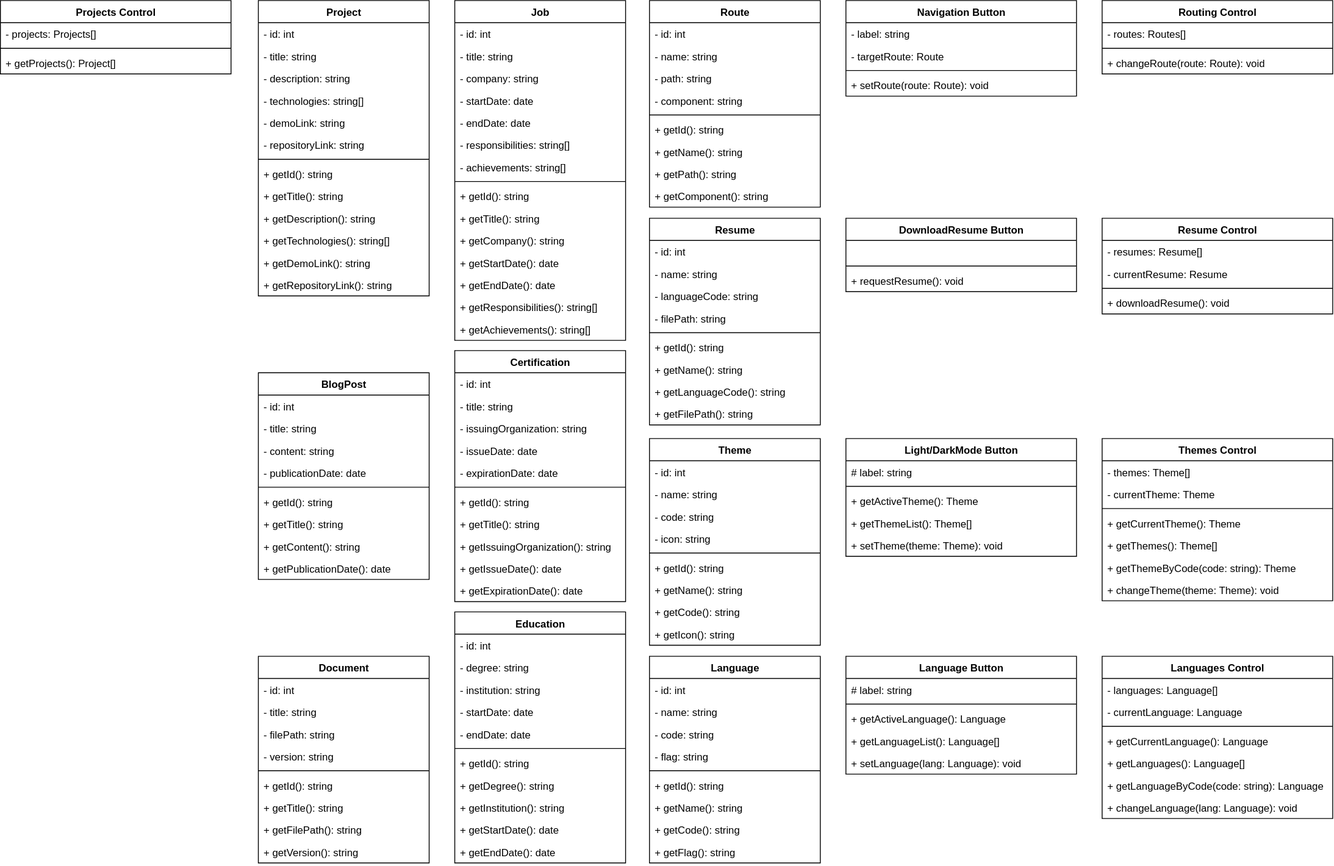
Above: documents/ClassDiagram.svg in larr97/portfolio-project (draw.io), before the change. Source tidied: cells renumbered, new cells last; positions are measured from the earlier drawing's top-left corner, leaving out a move shared by most shapes.
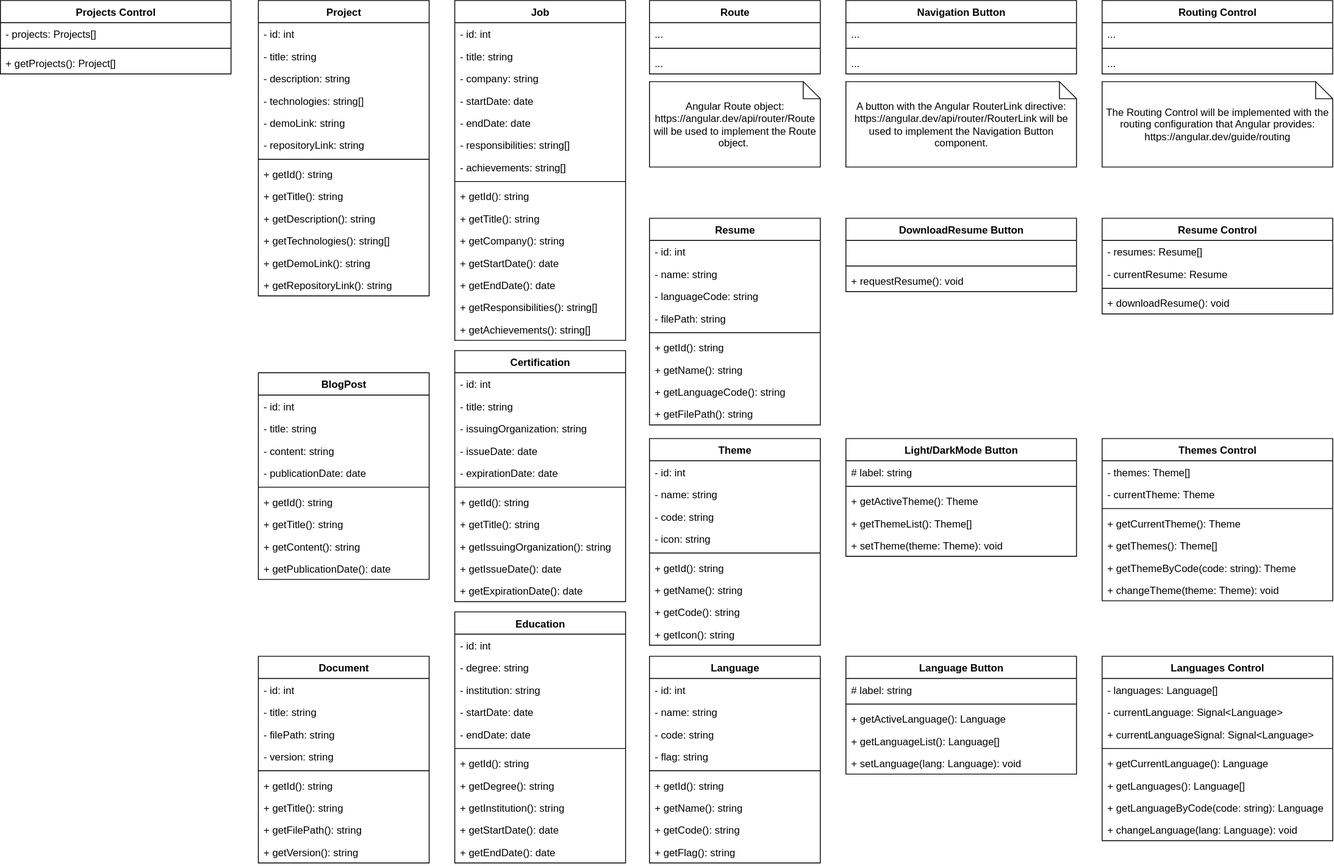
After the commit.

Diff of the diagram source:
```diff
@@ -160,3 +160,3 @@
     </mxCell>
-    <mxCell id="54" value="Resume" style="swimlane;fontStyle=1;align=center;verticalAlign=top;horizontal=1;startSize=26;whiteSpace=wrap;html=1;" parent="1" vertex="1">
+    <mxCell id="54" value="Resume" style="swimlane;fontStyle=1;align=center;verticalAlign=top;horizontal=1;startSize=26;whiteSpace=wrap;html=1;fillColor=#FFFFFF;" parent="1" vertex="1">
       <mxGeometry x="760" y="255" width="200" height="242" as="geometry" />
@@ -220,33 +220,15 @@
     </mxCell>
-    <mxCell id="74" value="Route" style="swimlane;fontStyle=1;align=center;verticalAlign=top;horizontal=1;startSize=26;whiteSpace=wrap;html=1;" parent="1" vertex="1">
-      <mxGeometry x="760" width="200" height="242" as="geometry" />
+    <mxCell id="74" value="Route" style="swimlane;fontStyle=1;align=center;verticalAlign=top;horizontal=1;startSize=26;whiteSpace=wrap;html=1;fillColor=#FFFFFF;" parent="1" vertex="1">
+      <mxGeometry x="760" width="200" height="86" as="geometry" />
     </mxCell>
-    <mxCell id="75" value="- id: int" style="text;strokeColor=none;fillColor=none;align=left;verticalAlign=top;spacingLeft=4;spacingRight=4;overflow=hidden;whiteSpace=wrap;html=1;" parent="74" vertex="1">
+    <mxCell id="75" value="..." style="text;strokeColor=none;fillColor=none;align=left;verticalAlign=top;spacingLeft=4;spacingRight=4;overflow=hidden;whiteSpace=wrap;html=1;" parent="74" vertex="1">
       <mxGeometry y="26" width="200" height="26" as="geometry" />
     </mxCell>
-    <mxCell id="76" value="- name: string" style="text;strokeColor=none;fillColor=none;align=left;verticalAlign=top;spacingLeft=4;spacingRight=4;overflow=hidden;whiteSpace=wrap;html=1;" parent="74" vertex="1">
-      <mxGeometry y="52" width="200" height="26" as="geometry" />
-    </mxCell>
-    <mxCell id="77" value="- path: string" style="text;strokeColor=none;fillColor=none;align=left;verticalAlign=top;spacingLeft=4;spacingRight=4;overflow=hidden;whiteSpace=wrap;html=1;" parent="74" vertex="1">
-      <mxGeometry y="78" width="200" height="26" as="geometry" />
-    </mxCell>
-    <mxCell id="78" value="- component: string" style="text;strokeColor=none;fillColor=none;align=left;verticalAlign=top;spacingLeft=4;spacingRight=4;overflow=hidden;whiteSpace=wrap;html=1;" parent="74" vertex="1">
-      <mxGeometry y="104" width="200" height="26" as="geometry" />
-    </mxCell>
     <mxCell id="79" style="line;strokeWidth=1;fillColor=none;align=left;verticalAlign=middle;spacingTop=-1;spacingLeft=3;spacingRight=3;labelPosition=right;strokeColor=inherit;" parent="74" vertex="1">
-      <mxGeometry y="130" width="200" height="8" as="geometry" />
+      <mxGeometry y="52" width="200" height="8" as="geometry" />
     </mxCell>
-    <mxCell id="80" value="+ getId(): string" style="text;strokeColor=none;fillColor=none;align=left;verticalAlign=top;spacingLeft=4;spacingRight=4;overflow=hidden;whiteSpace=wrap;html=1;" parent="74" vertex="1">
-      <mxGeometry y="138" width="200" height="26" as="geometry" />
-    </mxCell>
-    <mxCell id="81" value="+ getName(): string" style="text;strokeColor=none;fillColor=none;align=left;verticalAlign=top;spacingLeft=4;spacingRight=4;overflow=hidden;whiteSpace=wrap;html=1;" parent="74" vertex="1">
-      <mxGeometry y="164" width="200" height="26" as="geometry" />
-    </mxCell>
-    <mxCell id="82" value="+ getPath(): string" style="text;strokeColor=none;fillColor=none;align=left;verticalAlign=top;spacingLeft=4;spacingRight=4;overflow=hidden;whiteSpace=wrap;html=1;" parent="74" vertex="1">
-      <mxGeometry y="190" width="200" height="26" as="geometry" />
-    </mxCell>
-    <mxCell id="83" value="+ getComponent(): string" style="text;strokeColor=none;fillColor=none;align=left;verticalAlign=top;spacingLeft=4;spacingRight=4;overflow=hidden;whiteSpace=wrap;html=1;" parent="74" vertex="1">
-      <mxGeometry y="216" width="200" height="26" as="geometry" />
+    <mxCell id="83" value="..." style="text;strokeColor=none;fillColor=none;align=left;verticalAlign=top;spacingLeft=4;spacingRight=4;overflow=hidden;whiteSpace=wrap;html=1;" parent="74" vertex="1">
+      <mxGeometry y="60" width="200" height="26" as="geometry" />
     </mxCell>
-    <mxCell id="84" value="&lt;b style=&quot;--tw-scale-x: 1; --tw-scale-y: 1; --tw-pan-x: ; --tw-pan-y: ; --tw-pinch-zoom: ; --tw-scroll-snap-strictness: proximity; --tw-gradient-from-position: ; --tw-gradient-via-position: ; --tw-gradient-to-position: ; --tw-ordinal: ; --tw-slashed-zero: ; --tw-numeric-figure: ; --tw-numeric-spacing: ; --tw-numeric-fraction: ; --tw-ring-inset: ; --tw-ring-offset-width: 0px; --tw-ring-offset-color: #fff; --tw-ring-color: rgb(59 130 246 / .5); --tw-ring-offset-shadow: 0 0 #0000; --tw-ring-shadow: 0 0 #0000; --tw-shadow: 0 0 #0000; --tw-shadow-colored: 0 0 #0000; --tw-blur: ; --tw-brightness: ; --tw-contrast: ; --tw-grayscale: ; --tw-hue-rotate: ; --tw-invert: ; --tw-saturate: ; --tw-sepia: ; --tw-drop-shadow: ; --tw-backdrop-blur: ; --tw-backdrop-brightness: ; --tw-backdrop-contrast: ; --tw-backdrop-grayscale: ; --tw-backdrop-hue-rotate: ; --tw-backdrop-invert: ; --tw-backdrop-opacity: ; --tw-backdrop-saturate: ; --tw-backdrop-sepia: ;&quot;&gt;Theme&lt;/b&gt;" style="swimlane;fontStyle=1;align=center;verticalAlign=top;horizontal=1;startSize=26;whiteSpace=wrap;html=1;" parent="1" vertex="1">
+    <mxCell id="84" value="&lt;b style=&quot;--tw-scale-x: 1; --tw-scale-y: 1; --tw-pan-x: ; --tw-pan-y: ; --tw-pinch-zoom: ; --tw-scroll-snap-strictness: proximity; --tw-gradient-from-position: ; --tw-gradient-via-position: ; --tw-gradient-to-position: ; --tw-ordinal: ; --tw-slashed-zero: ; --tw-numeric-figure: ; --tw-numeric-spacing: ; --tw-numeric-fraction: ; --tw-ring-inset: ; --tw-ring-offset-width: 0px; --tw-ring-offset-color: #fff; --tw-ring-color: rgb(59 130 246 / .5); --tw-ring-offset-shadow: 0 0 #0000; --tw-ring-shadow: 0 0 #0000; --tw-shadow: 0 0 #0000; --tw-shadow-colored: 0 0 #0000; --tw-blur: ; --tw-brightness: ; --tw-contrast: ; --tw-grayscale: ; --tw-hue-rotate: ; --tw-invert: ; --tw-saturate: ; --tw-sepia: ; --tw-drop-shadow: ; --tw-backdrop-blur: ; --tw-backdrop-brightness: ; --tw-backdrop-contrast: ; --tw-backdrop-grayscale: ; --tw-backdrop-hue-rotate: ; --tw-backdrop-invert: ; --tw-backdrop-opacity: ; --tw-backdrop-saturate: ; --tw-backdrop-sepia: ;&quot;&gt;Theme&lt;/b&gt;" style="swimlane;fontStyle=1;align=center;verticalAlign=top;horizontal=1;startSize=26;whiteSpace=wrap;html=1;fillColor=#FFFFFF;" parent="1" vertex="1">
       <mxGeometry x="760" y="513" width="200" height="242" as="geometry" />
@@ -310,3 +292,3 @@
     </mxCell>
-    <mxCell id="104" value="&lt;b style=&quot;--tw-scale-x: 1; --tw-scale-y: 1; --tw-pan-x: ; --tw-pan-y: ; --tw-pinch-zoom: ; --tw-scroll-snap-strictness: proximity; --tw-gradient-from-position: ; --tw-gradient-via-position: ; --tw-gradient-to-position: ; --tw-ordinal: ; --tw-slashed-zero: ; --tw-numeric-figure: ; --tw-numeric-spacing: ; --tw-numeric-fraction: ; --tw-ring-inset: ; --tw-ring-offset-width: 0px; --tw-ring-offset-color: light-dark(#fff, #000000); --tw-ring-color: rgb(59 130 246 / .5); --tw-ring-offset-shadow: 0 0 #0000; --tw-ring-shadow: 0 0 #0000; --tw-shadow: 0 0 #0000; --tw-shadow-colored: 0 0 #0000; --tw-blur: ; --tw-brightness: ; --tw-contrast: ; --tw-grayscale: ; --tw-hue-rotate: ; --tw-invert: ; --tw-saturate: ; --tw-sepia: ; --tw-drop-shadow: ; --tw-backdrop-blur: ; --tw-backdrop-brightness: ; --tw-backdrop-contrast: ; --tw-backdrop-grayscale: ; --tw-backdrop-hue-rotate: ; --tw-backdrop-invert: ; --tw-backdrop-opacity: ; --tw-backdrop-saturate: ; --tw-backdrop-sepia: ;&quot;&gt;DownloadResume Button&lt;/b&gt;" style="swimlane;fontStyle=1;align=center;verticalAlign=top;horizontal=1;startSize=26;whiteSpace=wrap;html=1;" parent="1" vertex="1">
+    <mxCell id="104" value="&lt;b style=&quot;--tw-scale-x: 1; --tw-scale-y: 1; --tw-pan-x: ; --tw-pan-y: ; --tw-pinch-zoom: ; --tw-scroll-snap-strictness: proximity; --tw-gradient-from-position: ; --tw-gradient-via-position: ; --tw-gradient-to-position: ; --tw-ordinal: ; --tw-slashed-zero: ; --tw-numeric-figure: ; --tw-numeric-spacing: ; --tw-numeric-fraction: ; --tw-ring-inset: ; --tw-ring-offset-width: 0px; --tw-ring-offset-color: light-dark(#fff, #000000); --tw-ring-color: rgb(59 130 246 / .5); --tw-ring-offset-shadow: 0 0 #0000; --tw-ring-shadow: 0 0 #0000; --tw-shadow: 0 0 #0000; --tw-shadow-colored: 0 0 #0000; --tw-blur: ; --tw-brightness: ; --tw-contrast: ; --tw-grayscale: ; --tw-hue-rotate: ; --tw-invert: ; --tw-saturate: ; --tw-sepia: ; --tw-drop-shadow: ; --tw-backdrop-blur: ; --tw-backdrop-brightness: ; --tw-backdrop-contrast: ; --tw-backdrop-grayscale: ; --tw-backdrop-hue-rotate: ; --tw-backdrop-invert: ; --tw-backdrop-opacity: ; --tw-backdrop-saturate: ; --tw-backdrop-sepia: ;&quot;&gt;DownloadResume Button&lt;/b&gt;" style="swimlane;fontStyle=1;align=center;verticalAlign=top;horizontal=1;startSize=26;whiteSpace=wrap;html=1;fillColor=#FFFFFF;" parent="1" vertex="1">
       <mxGeometry x="990" y="255" width="270" height="86" as="geometry" />
@@ -340,3 +322,3 @@
     </mxCell>
-    <mxCell id="114" value="&lt;span style=&quot;background-color: transparent; color: light-dark(rgb(0, 0, 0), rgb(255, 255, 255));&quot;&gt;Light/DarkMode Button&lt;/span&gt;" style="swimlane;fontStyle=1;align=center;verticalAlign=top;horizontal=1;startSize=26;whiteSpace=wrap;html=1;" parent="1" vertex="1">
+    <mxCell id="114" value="&lt;span style=&quot;background-color: transparent; color: light-dark(rgb(0, 0, 0), rgb(255, 255, 255));&quot;&gt;Light/DarkMode Button&lt;/span&gt;" style="swimlane;fontStyle=1;align=center;verticalAlign=top;horizontal=1;startSize=26;whiteSpace=wrap;html=1;fillColor=#FFFFFF;" parent="1" vertex="1">
       <mxGeometry x="990" y="513" width="270" height="138" as="geometry" />
@@ -358,18 +340,15 @@
     </mxCell>
-    <mxCell id="120" value="&lt;span style=&quot;background-color: transparent; color: light-dark(rgb(0, 0, 0), rgb(255, 255, 255));&quot;&gt;Navigation Button&lt;/span&gt;" style="swimlane;fontStyle=1;align=center;verticalAlign=top;horizontal=1;startSize=26;whiteSpace=wrap;html=1;" parent="1" vertex="1">
-      <mxGeometry x="990" width="270" height="112" as="geometry" />
+    <mxCell id="120" value="&lt;span style=&quot;background-color: transparent; color: light-dark(rgb(0, 0, 0), rgb(255, 255, 255));&quot;&gt;Navigation Button&lt;/span&gt;" style="swimlane;fontStyle=1;align=center;verticalAlign=top;horizontal=1;startSize=26;whiteSpace=wrap;html=1;fillColor=#FFFFFF;" parent="1" vertex="1">
+      <mxGeometry x="990" width="270" height="86" as="geometry" />
     </mxCell>
-    <mxCell id="121" value="- label: string" style="text;strokeColor=none;fillColor=none;align=left;verticalAlign=top;spacingLeft=4;spacingRight=4;overflow=hidden;whiteSpace=wrap;html=1;" parent="120" vertex="1">
+    <mxCell id="121" value="..." style="text;strokeColor=none;fillColor=none;align=left;verticalAlign=top;spacingLeft=4;spacingRight=4;overflow=hidden;whiteSpace=wrap;html=1;" parent="120" vertex="1">
       <mxGeometry y="26" width="270" height="26" as="geometry" />
     </mxCell>
-    <mxCell id="122" value="- targetRoute: Route" style="text;strokeColor=none;fillColor=none;align=left;verticalAlign=top;spacingLeft=4;spacingRight=4;overflow=hidden;whiteSpace=wrap;html=1;" parent="120" vertex="1">
-      <mxGeometry y="52" width="270" height="26" as="geometry" />
-    </mxCell>
     <mxCell id="123" style="line;strokeWidth=1;fillColor=none;align=left;verticalAlign=middle;spacingTop=-1;spacingLeft=3;spacingRight=3;labelPosition=right;strokeColor=inherit;" parent="120" vertex="1">
-      <mxGeometry y="78" width="270" height="8" as="geometry" />
+      <mxGeometry y="52" width="270" height="8" as="geometry" />
     </mxCell>
-    <mxCell id="124" value="+ setRoute(route: Route): void" style="text;strokeColor=none;fillColor=none;align=left;verticalAlign=top;spacingLeft=4;spacingRight=4;overflow=hidden;whiteSpace=wrap;html=1;" parent="120" vertex="1">
-      <mxGeometry y="86" width="270" height="26" as="geometry" />
+    <mxCell id="124" value="..." style="text;strokeColor=none;fillColor=none;align=left;verticalAlign=top;spacingLeft=4;spacingRight=4;overflow=hidden;whiteSpace=wrap;html=1;" parent="120" vertex="1">
+      <mxGeometry y="60" width="270" height="26" as="geometry" />
     </mxCell>
-    <mxCell id="125" value="Resume&amp;nbsp;Control" style="swimlane;fontStyle=1;align=center;verticalAlign=top;horizontal=1;startSize=26;whiteSpace=wrap;html=1;" parent="1" vertex="1">
+    <mxCell id="125" value="Resume&amp;nbsp;Control" style="swimlane;fontStyle=1;align=center;verticalAlign=top;horizontal=1;startSize=26;whiteSpace=wrap;html=1;fillColor=#FFFFFF;" parent="1" vertex="1">
       <mxGeometry x="1290" y="255" width="270" height="112" as="geometry" />
@@ -389,3 +368,3 @@
     <mxCell id="130" value="Languages Control" style="swimlane;fontStyle=1;align=center;verticalAlign=top;horizontal=1;startSize=26;whiteSpace=wrap;html=1;fillColor=#FFFFFF;" parent="1" vertex="1">
-      <mxGeometry x="1290" y="768" width="270" height="190" as="geometry" />
+      <mxGeometry x="1290" y="768" width="270" height="216" as="geometry" />
     </mxCell>
@@ -394,21 +373,24 @@
     </mxCell>
-    <mxCell id="132" value="- currentLanguage: Language" style="text;strokeColor=none;fillColor=none;align=left;verticalAlign=top;spacingLeft=4;spacingRight=4;overflow=hidden;whiteSpace=wrap;html=1;" parent="130" vertex="1">
+    <mxCell id="132" value="- currentLanguage: Signal&amp;lt;Language&amp;gt;" style="text;strokeColor=none;fillColor=none;align=left;verticalAlign=top;spacingLeft=4;spacingRight=4;overflow=hidden;whiteSpace=wrap;html=1;" parent="130" vertex="1">
       <mxGeometry y="52" width="270" height="26" as="geometry" />
     </mxCell>
+    <mxCell id="166" value="+ currentLanguageSignal: Signal&amp;lt;Language&amp;gt;" style="text;strokeColor=none;fillColor=none;align=left;verticalAlign=top;spacingLeft=4;spacingRight=4;overflow=hidden;whiteSpace=wrap;html=1;" parent="130" vertex="1">
+      <mxGeometry y="78" width="270" height="26" as="geometry" />
+    </mxCell>
     <mxCell id="133" style="line;strokeWidth=1;fillColor=none;align=left;verticalAlign=middle;spacingTop=-1;spacingLeft=3;spacingRight=3;labelPosition=right;strokeColor=inherit;" parent="130" vertex="1">
-      <mxGeometry y="78" width="270" height="8" as="geometry" />
+      <mxGeometry y="104" width="270" height="8" as="geometry" />
     </mxCell>
     <mxCell id="134" value="+ getCurrentLanguage(): Language" style="text;strokeColor=none;fillColor=none;align=left;verticalAlign=top;spacingLeft=4;spacingRight=4;overflow=hidden;whiteSpace=wrap;html=1;" parent="130" vertex="1">
-      <mxGeometry y="86" width="270" height="26" as="geometry" />
+      <mxGeometry y="112" width="270" height="26" as="geometry" />
     </mxCell>
     <mxCell id="135" value="+ getLanguages(): Language[]" style="text;strokeColor=none;fillColor=none;align=left;verticalAlign=top;spacingLeft=4;spacingRight=4;overflow=hidden;whiteSpace=wrap;html=1;" parent="130" vertex="1">
-      <mxGeometry y="112" width="270" height="26" as="geometry" />
+      <mxGeometry y="138" width="270" height="26" as="geometry" />
     </mxCell>
     <mxCell id="136" value="+ getLanguageByCode(code: string): Language" style="text;strokeColor=none;fillColor=none;align=left;verticalAlign=top;spacingLeft=4;spacingRight=4;overflow=hidden;whiteSpace=wrap;html=1;" parent="130" vertex="1">
-      <mxGeometry y="138" width="270" height="26" as="geometry" />
+      <mxGeometry y="164" width="270" height="26" as="geometry" />
     </mxCell>
     <mxCell id="137" value="+ changeLanguage(lang: Language): void" style="text;strokeColor=none;fillColor=none;align=left;verticalAlign=top;spacingLeft=4;spacingRight=4;overflow=hidden;whiteSpace=wrap;html=1;" parent="130" vertex="1">
-      <mxGeometry y="164" width="270" height="26" as="geometry" />
+      <mxGeometry y="190" width="270" height="26" as="geometry" />
     </mxCell>
-    <mxCell id="138" value="Themes Control" style="swimlane;fontStyle=1;align=center;verticalAlign=top;horizontal=1;startSize=26;whiteSpace=wrap;html=1;" parent="1" vertex="1">
+    <mxCell id="138" value="Themes Control" style="swimlane;fontStyle=1;align=center;verticalAlign=top;horizontal=1;startSize=26;whiteSpace=wrap;html=1;fillColor=#FFFFFF;" parent="1" vertex="1">
       <mxGeometry x="1290" y="513" width="270" height="190" as="geometry" />
@@ -436,6 +418,6 @@
     </mxCell>
-    <mxCell id="146" value="Routing Control" style="swimlane;fontStyle=1;align=center;verticalAlign=top;horizontal=1;startSize=26;whiteSpace=wrap;html=1;" parent="1" vertex="1">
+    <mxCell id="146" value="Routing Control" style="swimlane;fontStyle=1;align=center;verticalAlign=top;horizontal=1;startSize=26;whiteSpace=wrap;html=1;fillColor=#FFFFFF;" parent="1" vertex="1">
       <mxGeometry x="1290" width="270" height="86" as="geometry" />
     </mxCell>
-    <mxCell id="147" value="- routes: Routes[]" style="text;strokeColor=none;fillColor=none;align=left;verticalAlign=top;spacingLeft=4;spacingRight=4;overflow=hidden;whiteSpace=wrap;html=1;" parent="146" vertex="1">
+    <mxCell id="147" value="..." style="text;strokeColor=none;fillColor=none;align=left;verticalAlign=top;spacingLeft=4;spacingRight=4;overflow=hidden;whiteSpace=wrap;html=1;" parent="146" vertex="1">
       <mxGeometry y="26" width="270" height="26" as="geometry" />
@@ -445,3 +427,3 @@
     </mxCell>
-    <mxCell id="149" value="+ changeRoute(route: Route): void" style="text;strokeColor=none;fillColor=none;align=left;verticalAlign=top;spacingLeft=4;spacingRight=4;overflow=hidden;whiteSpace=wrap;html=1;" parent="146" vertex="1">
+    <mxCell id="149" value="..." style="text;strokeColor=none;fillColor=none;align=left;verticalAlign=top;spacingLeft=4;spacingRight=4;overflow=hidden;whiteSpace=wrap;html=1;" parent="146" vertex="1">
       <mxGeometry y="60" width="270" height="26" as="geometry" />
@@ -496,2 +478,11 @@
     </mxCell>
+    <mxCell id="167" value="Angular Route object:&lt;br&gt;https://angular.dev/api/router/Route will be used to implement the Route object.&amp;nbsp;" style="shape=note;size=20;whiteSpace=wrap;html=1;" parent="1" vertex="1">
+      <mxGeometry x="760" y="95" width="200" height="100" as="geometry" />
+    </mxCell>
+    <mxCell id="168" value="A button with the Angular RouterLink directive:&lt;br&gt;https://angular.dev/api/router/RouterLink will be used to implement the Navigation Button component." style="shape=note;size=20;whiteSpace=wrap;html=1;" parent="1" vertex="1">
+      <mxGeometry x="990" y="95" width="270" height="100" as="geometry" />
+    </mxCell>
+    <mxCell id="169" value="The Routing Control will be implemented with the routing configuration that Angular provides:&lt;br&gt;https://angular.dev/guide/routing" style="shape=note;size=20;whiteSpace=wrap;html=1;" parent="1" vertex="1">
+      <mxGeometry x="1290" y="95" width="270" height="100" as="geometry" />
+    </mxCell>
   </root>
```
